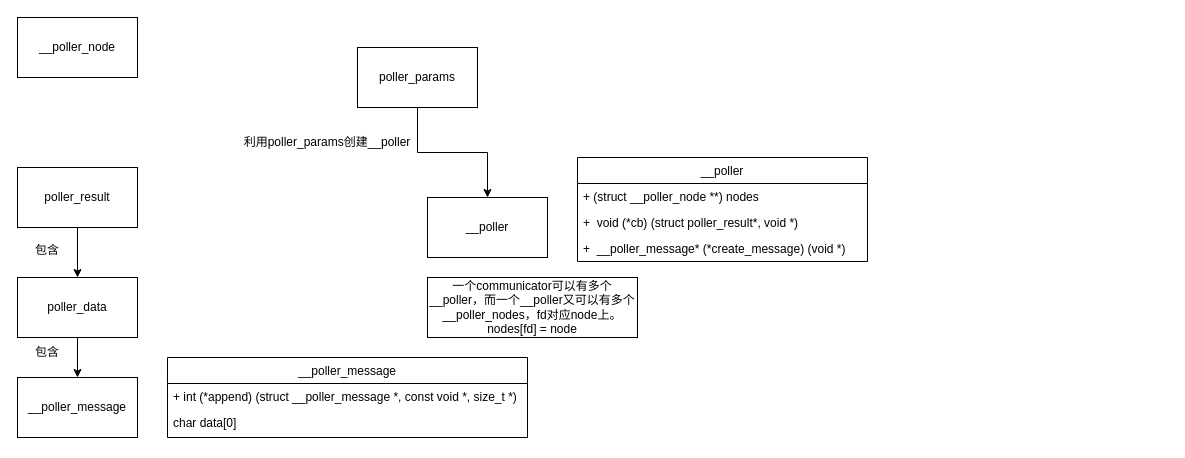
Before: page "Page-2" (2 of 3) of Untitled Diagram.drawio in doudou215/regret_q_learning, a draw.io diagram. Source tidied: cells renumbered, new cells numbered last; positions are measured from the earlier drawing's top-left corner, leaving out a move shared by most shapes. Both pictures are drawn from the tidied source at 100%, with x=0, y=0 at pixel (17, 17).
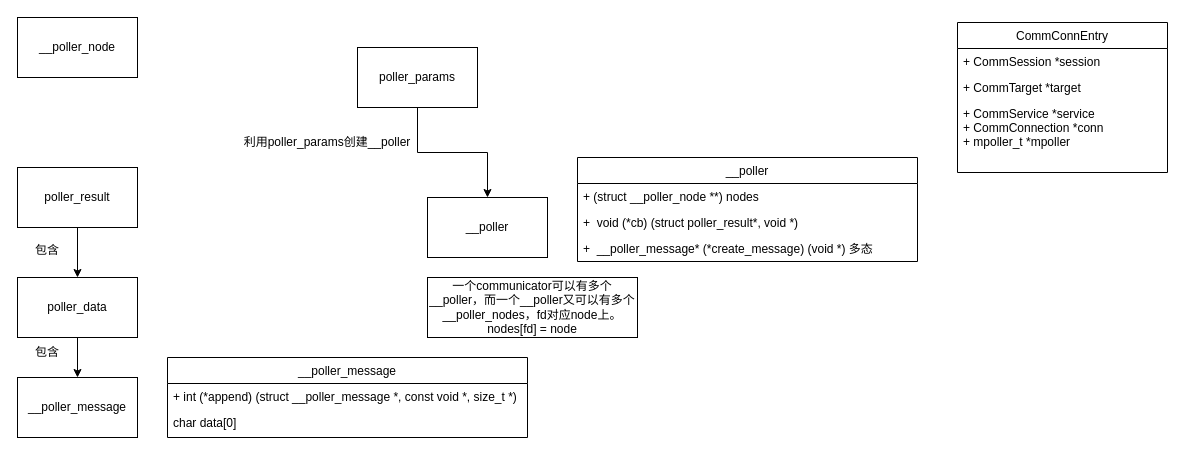
The same diagram, later.

Diff of the diagram source:
```diff
@@
     <mxCell id="12" value="__poller" style="swimlane;fontStyle=0;horizontal=1;startSize=26;fillColor=none;" parent="1" vertex="1">
-      <mxGeometry x="560" y="140" width="290" height="104" as="geometry" />
+      <mxGeometry x="560" y="140" width="340" height="104" as="geometry" />
     </mxCell>
     <mxCell id="13" value="+ (struct __poller_node **) nodes" style="text;strokeColor=none;fillColor=none;align=left;verticalAlign=top;spacingLeft=4;spacingRight=4;overflow=hidden;" parent="12" vertex="1">
-      <mxGeometry y="26" width="290" height="26" as="geometry" />
+      <mxGeometry y="26" width="340" height="26" as="geometry" />
     </mxCell>
     <mxCell id="14" value="+  void (*cb) (struct poller_result*, void *)" style="text;strokeColor=none;fillColor=none;align=left;verticalAlign=top;spacingLeft=4;spacingRight=4;overflow=hidden;" parent="12" vertex="1">
-      <mxGeometry y="52" width="290" height="26" as="geometry" />
+      <mxGeometry y="52" width="340" height="26" as="geometry" />
     </mxCell>
-    <mxCell id="15" value="+  __poller_message* (*create_message) (void *)" style="text;strokeColor=none;fillColor=none;align=left;verticalAlign=top;spacingLeft=4;spacingRight=4;overflow=hidden;" parent="12" vertex="1">
-      <mxGeometry y="78" width="290" height="26" as="geometry" />
+    <mxCell id="15" value="+  __poller_message* (*create_message) (void *) 多态" style="text;strokeColor=none;fillColor=none;align=left;verticalAlign=top;spacingLeft=4;spacingRight=4;overflow=hidden;" parent="12" vertex="1">
+      <mxGeometry y="78" width="340" height="26" as="geometry" />
     </mxCell>
@@
+    <mxCell id="22" value="CommConnEntry" style="swimlane;fontStyle=0;horizontal=1;startSize=26;fillColor=none;" parent="1" vertex="1">
+      <mxGeometry x="940" y="5" width="210" height="150" as="geometry" />
+    </mxCell>
+    <mxCell id="23" value="+ CommSession *session" style="text;strokeColor=none;fillColor=none;align=left;verticalAlign=top;spacingLeft=4;spacingRight=4;overflow=hidden;" parent="22" vertex="1">
+      <mxGeometry y="26" width="210" height="26" as="geometry" />
+    </mxCell>
+    <mxCell id="24" value="+ CommTarget *target" style="text;strokeColor=none;fillColor=none;align=left;verticalAlign=top;spacingLeft=4;spacingRight=4;overflow=hidden;" parent="22" vertex="1">
+      <mxGeometry y="52" width="210" height="26" as="geometry" />
+    </mxCell>
+    <mxCell id="25" value="+ CommService *service&#10;+ CommConnection *conn&#10;+ mpoller_t *mpoller" style="text;strokeColor=none;fillColor=none;align=left;verticalAlign=top;spacingLeft=4;spacingRight=4;overflow=hidden;" parent="22" vertex="1">
+      <mxGeometry y="78" width="210" height="72" as="geometry" />
+    </mxCell>
```
